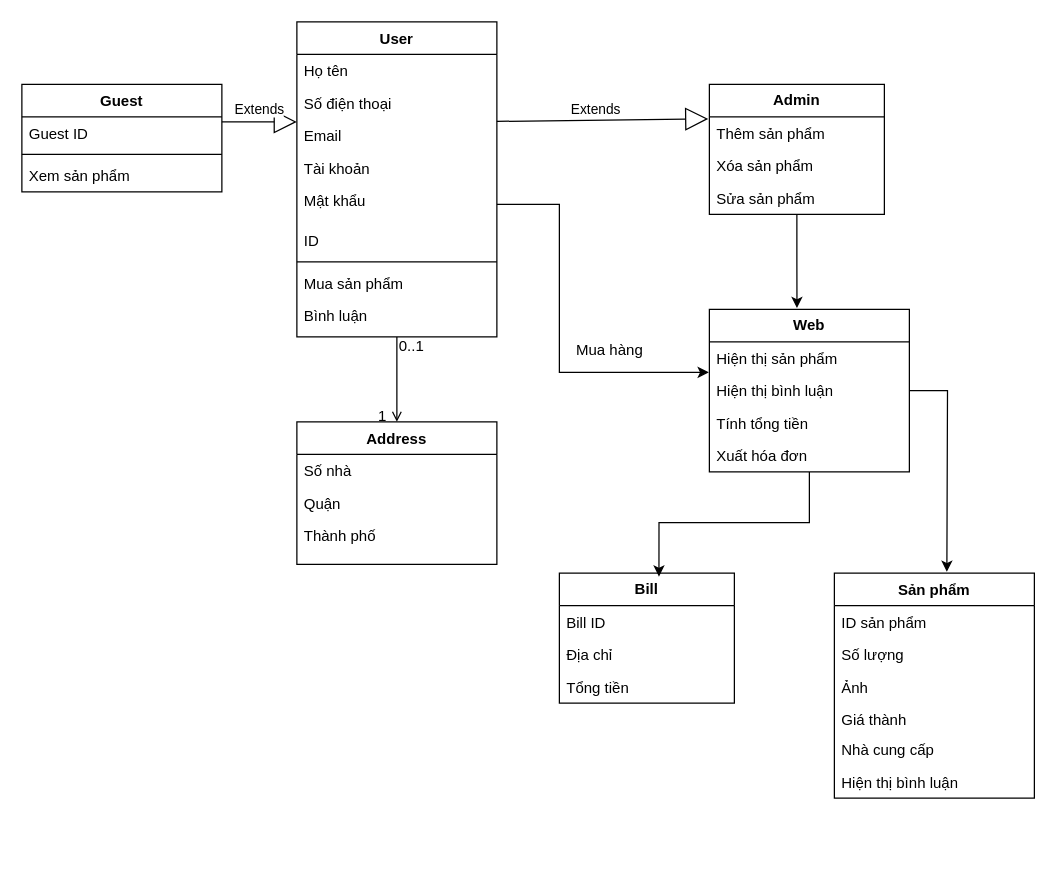
This is Biểu đồ không có tiêu đề.drawio from LeeTaDa/LeTatDat, a draw.io file, before an edit. Source tidied: cells renumbered, new cells numbered last; positions are measured from the earlier drawing's top-left corner, leaving out a move shared by most shapes. Both pictures are drawn from the tidied source at 125%, with x=0, y=0 at pixel (21, 21).
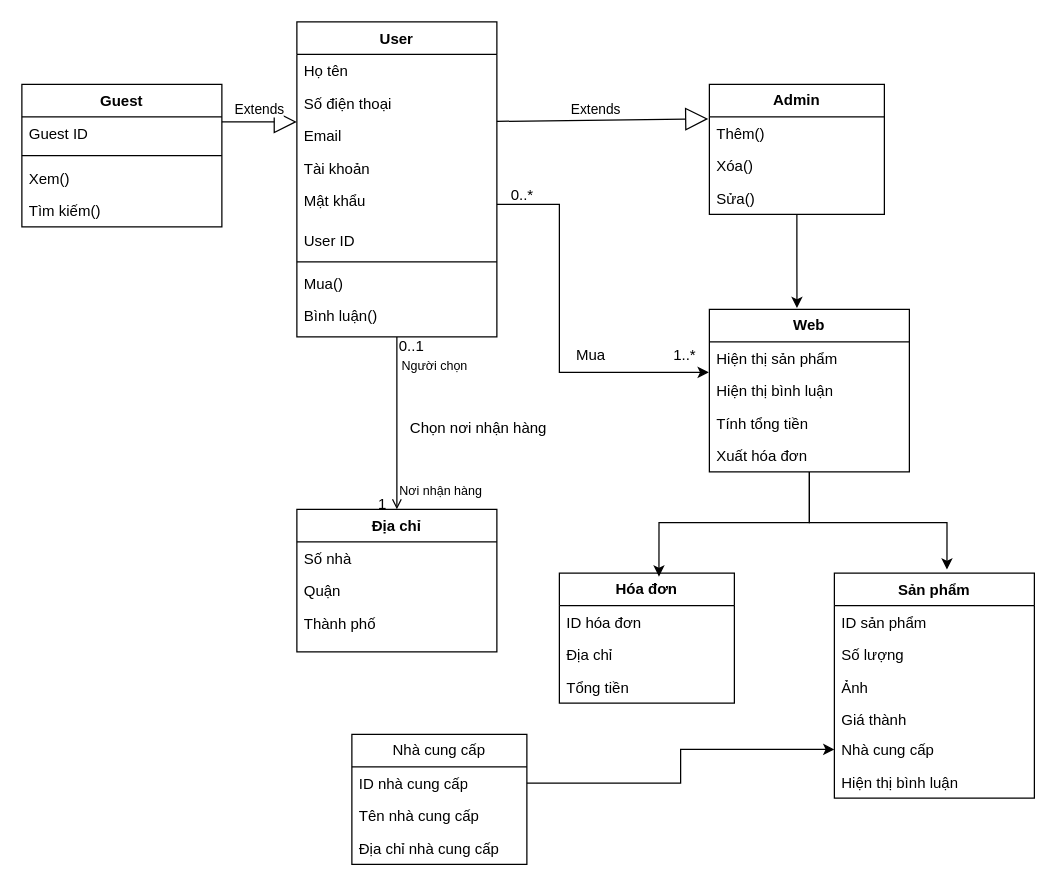
After the change.

The change refers to these unchanged cells:
```xml
<mxCell id="2" value="User&#10;" style="swimlane;fontStyle=1;align=center;verticalAlign=top;horizontal=1;startSize=26;rounded=0;shadow=0;strokeWidth=1;" parent="1" vertex="1">
  <mxGeometry x="220" width="160" height="252" as="geometry" />
</mxCell>
<mxCell id="20" value="Web" style="swimlane;fontStyle=1;horizontal=1;startSize=26;fillColor=none;whiteSpace=wrap;html=1;" parent="1" vertex="1">
  <mxGeometry x="550" y="230" width="160" height="130" as="geometry" />
</mxCell>
<mxCell id="25" value="&lt;b&gt;Admin&lt;/b&gt;" style="swimlane;fontStyle=0;horizontal=1;startSize=26;fillColor=none;whiteSpace=wrap;html=1;" parent="1" vertex="1">
  <mxGeometry x="550" y="50" width="140" height="104" as="geometry" />
</mxCell>
<mxCell id="43" value="Sản phẩm" style="swimlane;fontStyle=1;align=center;verticalAlign=top;horizontal=1;startSize=26;whiteSpace=wrap;html=1;" parent="1" vertex="1">
  <mxGeometry x="650" y="441" width="160" height="180" as="geometry" />
</mxCell>
<mxCell id="48" value="Nhà cung cấp" style="text;strokeColor=none;fillColor=none;align=left;verticalAlign=top;spacingLeft=4;spacingRight=4;overflow=hidden;points=[[0,0.5],[1,0.5]];portConstraint=eastwest;whiteSpace=wrap;html=1;" parent="43" vertex="1">
  <mxGeometry y="128" width="160" height="26" as="geometry" />
</mxCell>
```

Change to the diagram source:
```diff
@@
-    <mxCell id="8" value="ID" style="text;strokeColor=none;fillColor=none;align=left;verticalAlign=top;spacingLeft=4;spacingRight=4;overflow=hidden;whiteSpace=wrap;html=1;" parent="2" vertex="1">
+    <mxCell id="8" value="User ID" style="text;strokeColor=none;fillColor=none;align=left;verticalAlign=top;spacingLeft=4;spacingRight=4;overflow=hidden;whiteSpace=wrap;html=1;" parent="2" vertex="1">
       <mxGeometry y="162" width="160" height="26" as="geometry" />
     </mxCell>
@@
-    <mxCell id="10" value="Mua sản phẩm" style="text;align=left;verticalAlign=top;spacingLeft=4;spacingRight=4;overflow=hidden;" parent="2" vertex="1">
+    <mxCell id="10" value="Mua()" style="text;align=left;verticalAlign=top;spacingLeft=4;spacingRight=4;overflow=hidden;" parent="2" vertex="1">
       <mxGeometry y="196" width="160" height="26" as="geometry" />
     </mxCell>
-    <mxCell id="11" value="Bình luận" style="text;strokeColor=none;fillColor=none;align=left;verticalAlign=top;spacingLeft=4;spacingRight=4;overflow=hidden;whiteSpace=wrap;html=1;" parent="2" vertex="1">
+    <mxCell id="11" value="Bình luận()" style="text;strokeColor=none;fillColor=none;align=left;verticalAlign=top;spacingLeft=4;spacingRight=4;overflow=hidden;whiteSpace=wrap;html=1;" parent="2" vertex="1">
       <mxGeometry y="222" width="160" height="30" as="geometry" />
     </mxCell>
-    <mxCell id="12" value="Address" style="swimlane;fontStyle=1;align=center;verticalAlign=top;horizontal=1;startSize=26;rounded=0;shadow=0;strokeWidth=1;" parent="1" vertex="1">
-      <mxGeometry x="220" y="320" width="160" height="114" as="geometry" />
+    <mxCell id="12" value="Địa chỉ" style="swimlane;fontStyle=1;align=center;verticalAlign=top;horizontal=1;startSize=26;rounded=0;shadow=0;strokeWidth=1;" parent="1" vertex="1">
+      <mxGeometry x="220" y="390" width="160" height="114" as="geometry" />
     </mxCell>
@@
-    <mxCell id="19" style="edgeStyle=orthogonalEdgeStyle;rounded=0;jettySize=auto;html=1;" parent="1" edge="1" source="20">
-      <mxGeometry relative="1" as="geometry">
-        <mxPoint x="740" y="440" as="targetPoint" />
-      </mxGeometry>
+    <mxCell id="19" style="edgeStyle=orthogonalEdgeStyle;rounded=0;jettySize=auto;html=1;entryX=0.563;entryY=-0.016;entryDx=0;entryDy=0;entryPerimeter=0;" parent="1" edge="1" source="20" target="43">
+      <mxGeometry relative="1" as="geometry" />
     </mxCell>
@@
-    <mxCell id="26" value="Thêm sản phẩm&lt;span style=&quot;white-space: pre;&quot;&gt;&#9;&lt;/span&gt;" style="text;strokeColor=none;fillColor=none;align=left;verticalAlign=top;spacingLeft=4;spacingRight=4;overflow=hidden;points=[[0,0.5],[1,0.5]];portConstraint=eastwest;whiteSpace=wrap;html=1;" parent="25" vertex="1">
+    <mxCell id="26" value="Thêm()" style="text;strokeColor=none;fillColor=none;align=left;verticalAlign=top;spacingLeft=4;spacingRight=4;overflow=hidden;points=[[0,0.5],[1,0.5]];portConstraint=eastwest;whiteSpace=wrap;html=1;" parent="25" vertex="1">
       <mxGeometry y="26" width="140" height="26" as="geometry" />
     </mxCell>
-    <mxCell id="27" value="Xóa sản phẩm" style="text;strokeColor=none;fillColor=none;align=left;verticalAlign=top;spacingLeft=4;spacingRight=4;overflow=hidden;whiteSpace=wrap;html=1;" parent="25" vertex="1">
+    <mxCell id="27" value="Xóa()" style="text;strokeColor=none;fillColor=none;align=left;verticalAlign=top;spacingLeft=4;spacingRight=4;overflow=hidden;whiteSpace=wrap;html=1;" parent="25" vertex="1">
       <mxGeometry y="52" width="140" height="26" as="geometry" />
     </mxCell>
-    <mxCell id="28" value="Sửa sản phẩm" style="text;strokeColor=none;fillColor=none;align=left;verticalAlign=top;spacingLeft=4;spacingRight=4;overflow=hidden;whiteSpace=wrap;html=1;" parent="25" vertex="1">
+    <mxCell id="28" value="Sửa()" style="text;strokeColor=none;fillColor=none;align=left;verticalAlign=top;spacingLeft=4;spacingRight=4;overflow=hidden;whiteSpace=wrap;html=1;" parent="25" vertex="1">
       <mxGeometry y="78" width="140" height="26" as="geometry" />
     </mxCell>
-    <mxCell id="29" value="Bill" style="swimlane;fontStyle=1;horizontal=1;startSize=26;fillColor=none;whiteSpace=wrap;html=1;" parent="1" vertex="1">
+    <mxCell id="29" value="Hóa đơn" style="swimlane;fontStyle=1;horizontal=1;startSize=26;fillColor=none;whiteSpace=wrap;html=1;" parent="1" vertex="1">
       <mxGeometry x="430" y="441" width="140" height="104" as="geometry" />
     </mxCell>
-    <mxCell id="30" value="Bill ID&lt;span style=&quot;white-space: pre;&quot;&gt;&#9;&lt;/span&gt;" style="text;strokeColor=none;fillColor=none;align=left;verticalAlign=top;spacingLeft=4;spacingRight=4;overflow=hidden;whiteSpace=wrap;html=1;" parent="29" vertex="1">
+    <mxCell id="30" value="ID hóa đơn" style="text;strokeColor=none;fillColor=none;align=left;verticalAlign=top;spacingLeft=4;spacingRight=4;overflow=hidden;whiteSpace=wrap;html=1;" parent="29" vertex="1">
       <mxGeometry y="26" width="140" height="26" as="geometry" />
     </mxCell>
@@
     <mxCell id="34" value="Guest" style="swimlane;fontStyle=1;align=center;verticalAlign=top;horizontal=1;startSize=26;whiteSpace=wrap;html=1;" parent="1" vertex="1">
-      <mxGeometry y="50" width="160" height="86" as="geometry" />
+      <mxGeometry y="50" width="160" height="114" as="geometry" />
     </mxCell>
@@
-    <mxCell id="36" style="line;strokeWidth=1;fillColor=none;align=left;verticalAlign=middle;spacingTop=-1;spacingLeft=3;spacingRight=3;labelPosition=right;strokeColor=inherit;" parent="34" vertex="1">
-      <mxGeometry y="52" width="160" height="8" as="geometry" />
-    </mxCell>
-    <mxCell id="37" value="Xem sản phẩm&lt;span style=&quot;white-space: pre;&quot;&gt;&#9;&lt;/span&gt;" style="text;strokeColor=none;fillColor=none;align=left;verticalAlign=top;spacingLeft=4;spacingRight=4;overflow=hidden;whiteSpace=wrap;html=1;" parent="34" vertex="1">
-      <mxGeometry y="60" width="160" height="26" as="geometry" />
-    </mxCell>
+    <mxCell id="50" style="line;strokeWidth=1;fillColor=none;align=left;verticalAlign=middle;spacingTop=-1;spacingLeft=3;spacingRight=3;labelPosition=right;strokeColor=inherit;" parent="34" vertex="1">
+      <mxGeometry y="52" width="160" height="10" as="geometry" />
+    </mxCell>
+    <mxCell id="51" value="Xem()" style="text;strokeColor=none;fillColor=none;align=left;verticalAlign=top;spacingLeft=4;spacingRight=4;overflow=hidden;whiteSpace=wrap;html=1;" parent="34" vertex="1">
+      <mxGeometry y="62" width="160" height="26" as="geometry" />
+    </mxCell>
+    <mxCell id="52" value="Tìm kiếm()" style="text;strokeColor=none;fillColor=none;align=left;verticalAlign=top;spacingLeft=4;spacingRight=4;overflow=hidden;whiteSpace=wrap;html=1;" parent="34" vertex="1">
+      <mxGeometry y="88" width="160" height="26" as="geometry" />
+    </mxCell>
@@
-    <mxCell id="42" value="Mua hàng" style="text;html=1;align=center;verticalAlign=middle;strokeColor=none;fillColor=none;" parent="1" vertex="1">
-      <mxGeometry x="430" y="248" width="80" height="30" as="geometry" />
+    <mxCell id="42" value="Mua" style="text;html=1;align=center;verticalAlign=middle;strokeColor=none;fillColor=none;" parent="1" vertex="1">
+      <mxGeometry x="430" y="252" width="50" height="30" as="geometry" />
     </mxCell>
@@
+    <mxCell id="53" value="Nhà cung cấp" style="swimlane;fontStyle=0;horizontal=1;startSize=26;fillColor=none;whiteSpace=wrap;html=1;" parent="1" vertex="1">
+      <mxGeometry x="264" y="570" width="140" height="104" as="geometry" />
+    </mxCell>
+    <mxCell id="54" value="ID nhà cung cấp" style="text;strokeColor=none;fillColor=none;align=left;verticalAlign=top;spacingLeft=4;spacingRight=4;overflow=hidden;points=[[0,0.5],[1,0.5]];portConstraint=eastwest;whiteSpace=wrap;html=1;" parent="53" vertex="1">
+      <mxGeometry y="26" width="140" height="26" as="geometry" />
+    </mxCell>
+    <mxCell id="55" value="Tên nhà cung cấp" style="text;strokeColor=none;fillColor=none;align=left;verticalAlign=top;spacingLeft=4;spacingRight=4;overflow=hidden;whiteSpace=wrap;html=1;" parent="53" vertex="1">
+      <mxGeometry y="52" width="140" height="26" as="geometry" />
+    </mxCell>
+    <mxCell id="56" value="Địa chỉ nhà cung cấp" style="text;strokeColor=none;fillColor=none;align=left;verticalAlign=top;spacingLeft=4;spacingRight=4;overflow=hidden;whiteSpace=wrap;html=1;" parent="53" vertex="1">
+      <mxGeometry y="78" width="140" height="26" as="geometry" />
+    </mxCell>
+    <mxCell id="57" style="edgeStyle=orthogonalEdgeStyle;rounded=0;jettySize=auto;html=1;entryX=0;entryY=0.5;entryDx=0;entryDy=0;" parent="1" edge="1" source="54" target="48">
+      <mxGeometry relative="1" as="geometry" />
+    </mxCell>
+    <mxCell id="58" value="0..*" style="text;html=1;align=center;verticalAlign=middle;strokeColor=none;fillColor=none;" parent="1" vertex="1">
+      <mxGeometry x="380" y="124" width="40" height="30" as="geometry" />
+    </mxCell>
+    <mxCell id="59" value="1..*" style="text;html=1;align=center;verticalAlign=middle;strokeColor=none;fillColor=none;" parent="1" vertex="1">
+      <mxGeometry x="510" y="252" width="40" height="30" as="geometry" />
+    </mxCell>
+    <mxCell id="60" value="Nơi nhận hàng" style="text;html=1;align=center;verticalAlign=middle;strokeColor=none;fillColor=none;fontSize=10;" parent="1" vertex="1">
+      <mxGeometry x="290" y="360" width="90" height="30" as="geometry" />
+    </mxCell>
+    <mxCell id="61" value="Chọn nơi nhận hàng" style="text;html=1;align=center;verticalAlign=middle;strokeColor=none;fillColor=none;" parent="1" vertex="1">
+      <mxGeometry x="300" y="310" width="130" height="30" as="geometry" />
+    </mxCell>
+    <mxCell id="62" value="Người chọn" style="text;html=1;align=center;verticalAlign=middle;strokeColor=none;fillColor=none;fontSize=10;" parent="1" vertex="1">
+      <mxGeometry x="290" y="260" width="80" height="30" as="geometry" />
+    </mxCell>
```
